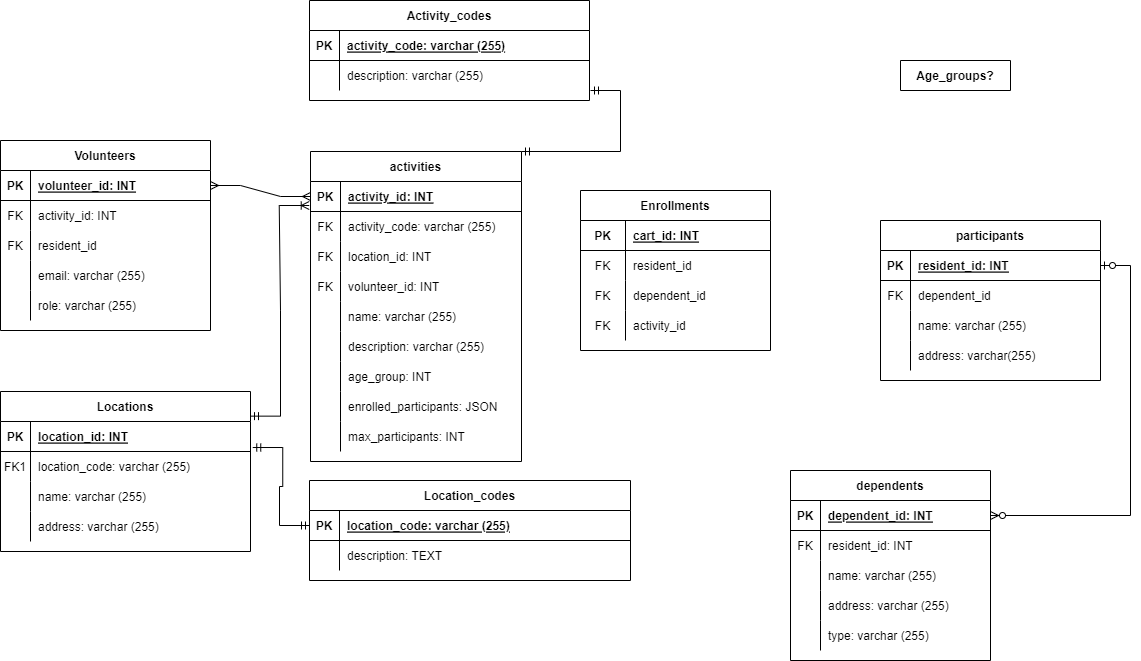
Above: 340.drawio.png in arse0039/340_db (draw.io), before the change. Source tidied: cells renumbered, new cells last; positions are measured from the earlier drawing's top-left corner, leaving out a move shared by most shapes.
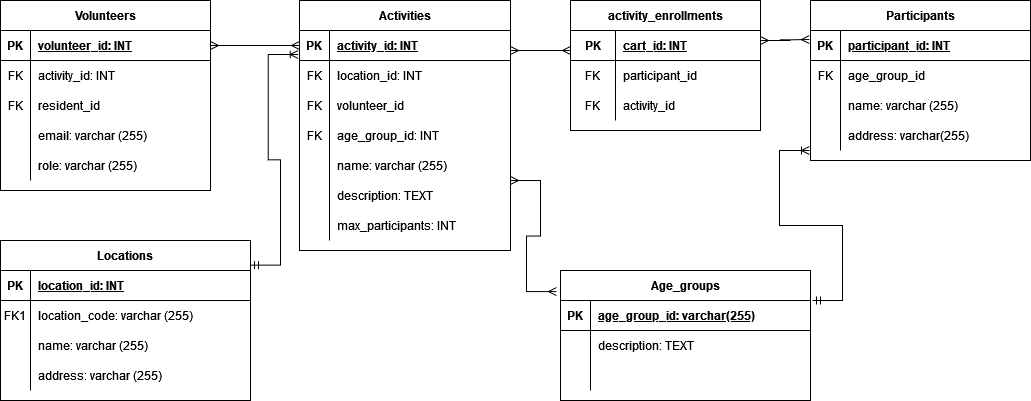
The same file after the commit.

The edit, as a diff of the source:
```diff
@@ -5,3 +5,3 @@
     <mxCell id="2" value="Locations" style="shape=table;startSize=30;rowLines=0;fontStyle=1;align=center;" parent="1" vertex="1">
-      <mxGeometry y="391" width="250" height="160" as="geometry" />
+      <mxGeometry x="10" y="310" width="250" height="160" as="geometry" />
     </mxCell>
@@ -44,3 +44,3 @@
     <mxCell id="15" value="Volunteers" style="shape=table;startSize=30;rowLines=0;fontStyle=1;align=center;" parent="1" vertex="1">
-      <mxGeometry y="140" width="210" height="190" as="geometry" />
+      <mxGeometry x="10" y="70" width="210" height="190" as="geometry" />
     </mxCell>
@@ -91,7 +91,34 @@
     </mxCell>
-    <mxCell id="31" value="Age_groups?" style="shape=table;startSize=30;rowLines=0;fontStyle=1;align=center;" parent="1" vertex="1" collapsed="1">
-      <mxGeometry x="900" y="60" width="110" height="30" as="geometry" />
+    <mxCell id="31" value="Age_groups" style="shape=table;startSize=30;rowLines=0;fontStyle=1;align=center;" parent="1" vertex="1">
+      <mxGeometry x="570" y="340" width="250" height="130" as="geometry" />
     </mxCell>
+    <mxCell id="121" style="shape=partialRectangle;fillColor=none;points=[[0,0.5],[1,0.5]];portConstraint=eastwest;top=0;left=0;right=0;bottom=1;" parent="31" vertex="1">
+      <mxGeometry y="30" width="250" height="30" as="geometry" />
+    </mxCell>
+    <mxCell id="122" value="PK" style="shape=partialRectangle;overflow=hidden;fillColor=none;top=0;left=0;bottom=0;right=0;fontStyle=1;" parent="121" vertex="1">
+      <mxGeometry width="30" height="30" as="geometry" />
+    </mxCell>
+    <mxCell id="123" value="age_group_id: varchar(255)" style="shape=partialRectangle;overflow=hidden;fillColor=none;top=0;left=0;bottom=0;right=0;align=left;spacingLeft=6;fontStyle=5;" parent="121" vertex="1">
+      <mxGeometry x="30" width="220" height="30" as="geometry" />
+    </mxCell>
+    <mxCell id="124" style="shape=partialRectangle;fillColor=none;top=0;left=0;right=0;bottom=0;" parent="31" vertex="1">
+      <mxGeometry y="60" width="250" height="30" as="geometry" />
+    </mxCell>
+    <mxCell id="125" style="shape=partialRectangle;overflow=hidden;fillColor=none;top=0;left=0;bottom=0;right=0;" parent="124" vertex="1">
+      <mxGeometry width="30" height="30" as="geometry" />
+    </mxCell>
+    <mxCell id="119" value="description: TEXT" style="shape=partialRectangle;overflow=hidden;fillColor=none;top=0;left=0;bottom=0;right=0;align=left;spacingLeft=6;" parent="124" vertex="1">
+      <mxGeometry x="30" width="220" height="30" as="geometry" />
+    </mxCell>
+    <mxCell id="126" style="shape=partialRectangle;fillColor=none;top=0;left=0;right=0;bottom=0;" parent="31" vertex="1">
+      <mxGeometry y="90" width="250" height="30" as="geometry" />
+    </mxCell>
+    <mxCell id="127" style="shape=partialRectangle;overflow=hidden;fillColor=none;top=0;left=0;bottom=0;right=0;" parent="126" vertex="1">
+      <mxGeometry width="30" height="30" as="geometry" />
+    </mxCell>
+    <mxCell id="128" style="shape=partialRectangle;overflow=hidden;fillColor=none;top=0;left=0;bottom=0;right=0;align=left;spacingLeft=6;" parent="126" vertex="1">
+      <mxGeometry x="30" width="220" height="30" as="geometry" />
+    </mxCell>
-    <mxCell id="32" value="Enrollments" style="shape=table;startSize=30;rowLines=0;fontStyle=1;align=center;" parent="1" vertex="1">
-      <mxGeometry x="580" y="190" width="190" height="160" as="geometry" />
+    <mxCell id="32" value="activity_enrollments" style="shape=table;startSize=30;rowLines=0;fontStyle=1;align=center;" parent="1" vertex="1">
+      <mxGeometry x="580" y="70" width="190" height="130" as="geometry" />
     </mxCell>
@@ -112,16 +139,7 @@
     </mxCell>
-    <mxCell id="38" value="resident_id" style="shape=partialRectangle;overflow=hidden;fillColor=none;top=0;left=0;bottom=0;right=0;align=left;spacingLeft=6;" parent="36" vertex="1">
+    <mxCell id="38" value="participant_id" style="shape=partialRectangle;overflow=hidden;fillColor=none;top=0;left=0;bottom=0;right=0;align=left;spacingLeft=6;" parent="36" vertex="1">
       <mxGeometry x="45" width="145" height="30" as="geometry" />
     </mxCell>
-    <mxCell id="39" style="shape=partialRectangle;fillColor=none;top=0;left=0;right=0;bottom=0;" parent="32" vertex="1">
-      <mxGeometry y="90" width="190" height="30" as="geometry" />
-    </mxCell>
-    <mxCell id="40" value="FK" style="shape=partialRectangle;overflow=hidden;fillColor=none;top=0;left=0;bottom=0;right=0;" parent="39" vertex="1">
-      <mxGeometry width="45" height="30" as="geometry" />
-    </mxCell>
-    <mxCell id="41" value="dependent_id" style="shape=partialRectangle;overflow=hidden;fillColor=none;top=0;left=0;bottom=0;right=0;align=left;spacingLeft=6;" parent="39" vertex="1">
-      <mxGeometry x="45" width="145" height="30" as="geometry" />
-    </mxCell>
     <mxCell id="42" style="shape=partialRectangle;fillColor=none;top=0;left=0;right=0;bottom=0;" parent="32" vertex="1">
-      <mxGeometry y="120" width="190" height="30" as="geometry" />
+      <mxGeometry y="90" width="190" height="30" as="geometry" />
     </mxCell>
@@ -133,4 +151,4 @@
     </mxCell>
-    <mxCell id="45" value="participants" style="shape=table;startSize=30;rowLines=0;fontStyle=1;align=center;" parent="1" vertex="1">
-      <mxGeometry x="880" y="220" width="220" height="160" as="geometry" />
+    <mxCell id="45" value="Participants" style="shape=table;startSize=30;rowLines=0;fontStyle=1;align=center;" parent="1" vertex="1">
+      <mxGeometry x="820" y="70" width="220" height="160" as="geometry" />
     </mxCell>
@@ -142,3 +160,3 @@
     </mxCell>
-    <mxCell id="48" value="resident_id: INT" style="shape=partialRectangle;fillColor=none;top=0;left=0;bottom=0;right=0;align=left;spacingLeft=6;fontStyle=5;overflow=hidden;" parent="46" vertex="1">
+    <mxCell id="48" value="participant_id: INT" style="shape=partialRectangle;fillColor=none;top=0;left=0;bottom=0;right=0;align=left;spacingLeft=6;fontStyle=5;overflow=hidden;" parent="46" vertex="1">
       <mxGeometry x="30" width="190" height="30" as="geometry" />
@@ -148,8 +166,8 @@
     </mxCell>
-    <mxCell id="50" value="FK" style="shape=partialRectangle;fillColor=none;top=0;left=0;bottom=0;right=0;overflow=hidden;" parent="49" vertex="1">
-      <mxGeometry width="30" height="30" as="geometry" />
-    </mxCell>
-    <mxCell id="51" value="dependent_id" style="shape=partialRectangle;fillColor=none;top=0;left=0;bottom=0;right=0;align=left;spacingLeft=6;overflow=hidden;" parent="49" vertex="1">
-      <mxGeometry x="30" width="190" height="30" as="geometry" />
-    </mxCell>
+    <mxCell id="129" value="FK" style="shape=partialRectangle;fillColor=none;top=0;left=0;bottom=0;right=0;overflow=hidden;" parent="49" vertex="1">
+      <mxGeometry width="30" height="30" as="geometry" />
+    </mxCell>
+    <mxCell id="130" value="age_group_id" style="shape=partialRectangle;fillColor=none;top=0;left=0;bottom=0;right=0;align=left;spacingLeft=6;overflow=hidden;" parent="49" vertex="1">
+      <mxGeometry x="30" width="190" height="30" as="geometry" />
+    </mxCell>
     <mxCell id="52" style="shape=tableRow;horizontal=0;startSize=0;swimlaneHead=0;swimlaneBody=0;fillColor=none;top=0;left=0;right=0;bottom=0;" parent="45" vertex="1">
@@ -172,4 +190,4 @@
     </mxCell>
-    <mxCell id="58" value="activities" style="shape=table;startSize=30;rowLines=0;fontStyle=1;align=center;" parent="1" vertex="1">
-      <mxGeometry x="310" y="151" width="211" height="310" as="geometry" />
+    <mxCell id="58" value="Activities" style="shape=table;startSize=30;rowLines=0;fontStyle=1;align=center;" parent="1" vertex="1">
+      <mxGeometry x="309" y="70" width="211" height="250" as="geometry" />
     </mxCell>
@@ -184,13 +202,4 @@
     </mxCell>
-    <mxCell id="62" style="shape=tableRow;horizontal=0;startSize=0;swimlaneHead=0;swimlaneBody=0;fillColor=none;top=0;left=0;right=0;bottom=0;" parent="58" vertex="1">
-      <mxGeometry y="60" width="211" height="30" as="geometry" />
-    </mxCell>
-    <mxCell id="63" value="FK" style="shape=partialRectangle;fillColor=none;top=0;left=0;bottom=0;right=0;overflow=hidden;" parent="62" vertex="1">
-      <mxGeometry width="30" height="30" as="geometry" />
-    </mxCell>
-    <mxCell id="64" value="activity_code: varchar (255)" style="shape=partialRectangle;fillColor=none;top=0;left=0;bottom=0;right=0;align=left;spacingLeft=6;overflow=hidden;" parent="62" vertex="1">
-      <mxGeometry x="30" width="181" height="30" as="geometry" />
-    </mxCell>
     <mxCell id="65" style="shape=tableRow;horizontal=0;startSize=0;swimlaneHead=0;swimlaneBody=0;fillColor=none;top=0;left=0;right=0;bottom=0;" parent="58" vertex="1">
-      <mxGeometry y="90" width="211" height="30" as="geometry" />
+      <mxGeometry y="60" width="211" height="30" as="geometry" />
     </mxCell>
@@ -203,3 +212,3 @@
     <mxCell id="68" style="shape=tableRow;horizontal=0;startSize=0;swimlaneHead=0;swimlaneBody=0;fillColor=none;top=0;left=0;right=0;bottom=0;" parent="58" vertex="1">
-      <mxGeometry y="120" width="211" height="30" as="geometry" />
+      <mxGeometry y="90" width="211" height="30" as="geometry" />
     </mxCell>
@@ -208,5 +217,14 @@
     </mxCell>
-    <mxCell id="70" value="volunteer_id: INT" style="shape=partialRectangle;fillColor=none;top=0;left=0;bottom=0;right=0;align=left;spacingLeft=6;overflow=hidden;" parent="68" vertex="1">
+    <mxCell id="70" value="volunteer_id" style="shape=partialRectangle;fillColor=none;top=0;left=0;bottom=0;right=0;align=left;spacingLeft=6;overflow=hidden;" parent="68" vertex="1">
       <mxGeometry x="30" width="181" height="30" as="geometry" />
     </mxCell>
+    <mxCell id="77" style="shape=tableRow;horizontal=0;startSize=0;swimlaneHead=0;swimlaneBody=0;fillColor=none;top=0;left=0;right=0;bottom=0;" parent="58" vertex="1">
+      <mxGeometry y="120" width="211" height="30" as="geometry" />
+    </mxCell>
+    <mxCell id="78" value="FK" style="shape=partialRectangle;fillColor=none;top=0;left=0;bottom=0;right=0;overflow=hidden;" parent="77" vertex="1">
+      <mxGeometry width="30" height="30" as="geometry" />
+    </mxCell>
+    <mxCell id="79" value="age_group_id: INT" style="shape=partialRectangle;fillColor=none;top=0;left=0;bottom=0;right=0;align=left;spacingLeft=6;overflow=hidden;" parent="77" vertex="1">
+      <mxGeometry x="30" width="181" height="30" as="geometry" />
+    </mxCell>
     <mxCell id="71" style="shape=tableRow;horizontal=0;startSize=0;swimlaneHead=0;swimlaneBody=0;fillColor=none;top=0;left=0;right=0;bottom=0;" parent="58" vertex="1">
@@ -226,25 +244,7 @@
     </mxCell>
-    <mxCell id="76" value="description: varchar (255)" style="shape=partialRectangle;fillColor=none;top=0;left=0;bottom=0;right=0;align=left;spacingLeft=6;overflow=hidden;" parent="74" vertex="1">
+    <mxCell id="76" value="description: TEXT" style="shape=partialRectangle;fillColor=none;top=0;left=0;bottom=0;right=0;align=left;spacingLeft=6;overflow=hidden;" parent="74" vertex="1">
       <mxGeometry x="30" width="181" height="30" as="geometry" />
     </mxCell>
-    <mxCell id="77" style="shape=tableRow;horizontal=0;startSize=0;swimlaneHead=0;swimlaneBody=0;fillColor=none;top=0;left=0;right=0;bottom=0;" parent="58" vertex="1">
-      <mxGeometry y="210" width="211" height="30" as="geometry" />
-    </mxCell>
-    <mxCell id="78" style="shape=partialRectangle;fillColor=none;top=0;left=0;bottom=0;right=0;overflow=hidden;" parent="77" vertex="1">
-      <mxGeometry width="30" height="30" as="geometry" />
-    </mxCell>
-    <mxCell id="79" value="age_group: INT" style="shape=partialRectangle;fillColor=none;top=0;left=0;bottom=0;right=0;align=left;spacingLeft=6;overflow=hidden;" parent="77" vertex="1">
-      <mxGeometry x="30" width="181" height="30" as="geometry" />
-    </mxCell>
-    <mxCell id="80" style="shape=tableRow;horizontal=0;startSize=0;swimlaneHead=0;swimlaneBody=0;fillColor=none;top=0;left=0;right=0;bottom=0;" parent="58" vertex="1">
-      <mxGeometry y="240" width="211" height="30" as="geometry" />
-    </mxCell>
-    <mxCell id="81" style="shape=partialRectangle;fillColor=none;top=0;left=0;bottom=0;right=0;overflow=hidden;" parent="80" vertex="1">
-      <mxGeometry width="30" height="30" as="geometry" />
-    </mxCell>
-    <mxCell id="82" value="enrolled_participants: JSON" style="shape=partialRectangle;fillColor=none;top=0;left=0;bottom=0;right=0;align=left;spacingLeft=6;overflow=hidden;" parent="80" vertex="1">
-      <mxGeometry x="30" width="181" height="30" as="geometry" />
-    </mxCell>
     <mxCell id="83" style="shape=tableRow;horizontal=0;startSize=0;swimlaneHead=0;swimlaneBody=0;fillColor=none;top=0;left=0;right=0;bottom=0;" parent="58" vertex="1">
-      <mxGeometry y="270" width="211" height="30" as="geometry" />
+      <mxGeometry y="210" width="211" height="30" as="geometry" />
     </mxCell>
@@ -259,53 +259,2 @@
     </mxCell>
-    <mxCell id="87" value="dependents" style="shape=table;startSize=30;rowLines=0;fontStyle=1;align=center;" parent="1" vertex="1">
-      <mxGeometry x="790" y="470" width="200" height="190" as="geometry" />
-    </mxCell>
-    <mxCell id="88" style="shape=tableRow;horizontal=0;startSize=0;swimlaneHead=0;swimlaneBody=0;fillColor=none;points=[[0,0.5],[1,0.5]];portConstraint=eastwest;top=0;left=0;right=0;bottom=1;" parent="87" vertex="1">
-      <mxGeometry y="30" width="200" height="30" as="geometry" />
-    </mxCell>
-    <mxCell id="89" value="PK" style="shape=partialRectangle;fillColor=none;top=0;left=0;bottom=0;right=0;fontStyle=1;overflow=hidden;" parent="88" vertex="1">
-      <mxGeometry width="30" height="30" as="geometry" />
-    </mxCell>
-    <mxCell id="90" value="dependent_id: INT" style="shape=partialRectangle;fillColor=none;top=0;left=0;bottom=0;right=0;align=left;spacingLeft=6;fontStyle=5;overflow=hidden;" parent="88" vertex="1">
-      <mxGeometry x="30" width="170" height="30" as="geometry" />
-    </mxCell>
-    <mxCell id="91" style="shape=tableRow;horizontal=0;startSize=0;swimlaneHead=0;swimlaneBody=0;fillColor=none;top=0;left=0;right=0;bottom=0;" parent="87" vertex="1">
-      <mxGeometry y="60" width="200" height="30" as="geometry" />
-    </mxCell>
-    <mxCell id="92" value="FK" style="shape=partialRectangle;fillColor=none;top=0;left=0;bottom=0;right=0;overflow=hidden;" parent="91" vertex="1">
-      <mxGeometry width="30" height="30" as="geometry" />
-    </mxCell>
-    <mxCell id="93" value="resident_id: INT" style="shape=partialRectangle;fillColor=none;top=0;left=0;bottom=0;right=0;align=left;spacingLeft=6;overflow=hidden;" parent="91" vertex="1">
-      <mxGeometry x="30" width="170" height="30" as="geometry" />
-    </mxCell>
-    <mxCell id="94" style="shape=tableRow;horizontal=0;startSize=0;swimlaneHead=0;swimlaneBody=0;fillColor=none;top=0;left=0;right=0;bottom=0;" parent="87" vertex="1">
-      <mxGeometry y="90" width="200" height="30" as="geometry" />
-    </mxCell>
-    <mxCell id="95" style="shape=partialRectangle;fillColor=none;top=0;left=0;bottom=0;right=0;overflow=hidden;" parent="94" vertex="1">
-      <mxGeometry width="30" height="30" as="geometry" />
-    </mxCell>
-    <mxCell id="96" value="name: varchar (255)" style="shape=partialRectangle;fillColor=none;top=0;left=0;bottom=0;right=0;align=left;spacingLeft=6;overflow=hidden;" parent="94" vertex="1">
-      <mxGeometry x="30" width="170" height="30" as="geometry" />
-    </mxCell>
-    <mxCell id="97" style="shape=tableRow;horizontal=0;startSize=0;swimlaneHead=0;swimlaneBody=0;fillColor=none;top=0;left=0;right=0;bottom=0;" parent="87" vertex="1">
-      <mxGeometry y="120" width="200" height="30" as="geometry" />
-    </mxCell>
-    <mxCell id="98" style="shape=partialRectangle;fillColor=none;top=0;left=0;bottom=0;right=0;overflow=hidden;" parent="97" vertex="1">
-      <mxGeometry width="30" height="30" as="geometry" />
-    </mxCell>
-    <mxCell id="99" value="address: varchar (255)" style="shape=partialRectangle;fillColor=none;top=0;left=0;bottom=0;right=0;align=left;spacingLeft=6;overflow=hidden;" parent="97" vertex="1">
-      <mxGeometry x="30" width="170" height="30" as="geometry" />
-    </mxCell>
-    <mxCell id="100" style="shape=tableRow;horizontal=0;startSize=0;swimlaneHead=0;swimlaneBody=0;fillColor=none;top=0;left=0;right=0;bottom=0;" parent="87" vertex="1">
-      <mxGeometry y="150" width="200" height="30" as="geometry" />
-    </mxCell>
-    <mxCell id="101" style="shape=partialRectangle;fillColor=none;top=0;left=0;bottom=0;right=0;overflow=hidden;" parent="100" vertex="1">
-      <mxGeometry width="30" height="30" as="geometry" />
-    </mxCell>
-    <mxCell id="102" value="type: varchar (255)" style="shape=partialRectangle;fillColor=none;top=0;left=0;bottom=0;right=0;align=left;spacingLeft=6;overflow=hidden;" parent="100" vertex="1">
-      <mxGeometry x="30" width="170" height="30" as="geometry" />
-    </mxCell>
-    <mxCell id="103" style="edgeStyle=entityRelationEdgeStyle;fontSize=12;html=1;endArrow=ERzeroToMany;startArrow=ERzeroToOne;rounded=0;entryX=1;entryY=0.5;entryDx=0;entryDy=0;" parent="1" edge="1" source="46" target="88">
-      <mxGeometry relative="1" as="geometry" />
-    </mxCell>
     <mxCell id="104" style="edgeStyle=entityRelationEdgeStyle;fontSize=12;html=1;endArrow=ERoneToMany;startArrow=ERmandOne;rounded=0;exitX=1;exitY=0.154;exitDx=0;exitDy=0;exitPerimeter=0;entryX=-0.006;entryY=0.8;entryDx=0;entryDy=0;entryPerimeter=0;" parent="1" edge="1" source="2" target="59">
@@ -313,52 +262,23 @@
     </mxCell>
-    <mxCell id="105" value="Activity_codes" style="shape=table;startSize=30;rowLines=0;fontStyle=1;align=center;" parent="1" vertex="1">
-      <mxGeometry x="309" width="280" height="100" as="geometry" />
-    </mxCell>
-    <mxCell id="106" style="shape=tableRow;horizontal=0;startSize=0;swimlaneHead=0;swimlaneBody=0;fillColor=none;top=0;left=0;right=0;bottom=1;" parent="105" vertex="1">
-      <mxGeometry y="30" width="280" height="30" as="geometry" />
-    </mxCell>
-    <mxCell id="107" value="PK" style="shape=partialRectangle;fillColor=none;top=0;left=0;bottom=0;right=0;fontStyle=1;overflow=hidden;" parent="106" vertex="1">
-      <mxGeometry width="30" height="30" as="geometry" />
-    </mxCell>
-    <mxCell id="108" value="activity_code: varchar (255)" style="shape=partialRectangle;fillColor=none;top=0;left=0;bottom=0;right=0;align=left;spacingLeft=6;fontStyle=5;overflow=hidden;" parent="106" vertex="1">
-      <mxGeometry x="30" width="250" height="30" as="geometry" />
-    </mxCell>
-    <mxCell id="109" style="shape=tableRow;horizontal=0;startSize=0;swimlaneHead=0;swimlaneBody=0;fillColor=none;top=0;left=0;right=0;bottom=0;" parent="105" vertex="1">
-      <mxGeometry y="60" width="280" height="30" as="geometry" />
-    </mxCell>
-    <mxCell id="110" style="shape=partialRectangle;fillColor=none;top=0;left=0;bottom=0;right=0;overflow=hidden;" parent="109" vertex="1">
-      <mxGeometry width="30" height="30" as="geometry" />
-    </mxCell>
-    <mxCell id="111" value="description: varchar (255)" style="shape=partialRectangle;fillColor=none;top=0;left=0;bottom=0;right=0;align=left;spacingLeft=6;overflow=hidden;" parent="109" vertex="1">
-      <mxGeometry x="30" width="250" height="30" as="geometry" />
-    </mxCell>
-    <mxCell id="112" style="edgeStyle=entityRelationEdgeStyle;fontSize=12;html=1;endArrow=ERmandOne;startArrow=ERmandOne;rounded=0;entryX=1;entryY=0;entryDx=0;entryDy=0;" parent="1" edge="1" target="58">
-      <mxGeometry relative="1" as="geometry">
-        <mxPoint x="590" y="90" as="sourcePoint" />
-      </mxGeometry>
-    </mxCell>
-    <mxCell id="113" value="Location_codes" style="shape=table;startSize=30;rowLines=0;fontStyle=1;align=center;" parent="1" vertex="1">
-      <mxGeometry x="309" y="480" width="321" height="100" as="geometry" />
-    </mxCell>
-    <mxCell id="114" style="shape=tableRow;horizontal=0;startSize=0;swimlaneHead=0;swimlaneBody=0;fillColor=none;points=[[0,0.5],[1,0.5]];portConstraint=eastwest;top=0;left=0;right=0;bottom=1;" parent="113" vertex="1">
-      <mxGeometry y="30" width="321" height="30" as="geometry" />
-    </mxCell>
-    <mxCell id="115" value="PK" style="shape=partialRectangle;fillColor=none;top=0;left=0;bottom=0;right=0;fontStyle=1;overflow=hidden;" parent="114" vertex="1">
-      <mxGeometry width="30" height="30" as="geometry" />
-    </mxCell>
-    <mxCell id="116" value="location_code: varchar (255)" style="shape=partialRectangle;fillColor=none;top=0;left=0;bottom=0;right=0;align=left;spacingLeft=6;fontStyle=5;overflow=hidden;" parent="114" vertex="1">
-      <mxGeometry x="30" width="291" height="30" as="geometry" />
-    </mxCell>
-    <mxCell id="117" style="shape=tableRow;horizontal=0;startSize=0;swimlaneHead=0;swimlaneBody=0;fillColor=none;top=0;left=0;right=0;bottom=0;" parent="113" vertex="1">
-      <mxGeometry y="60" width="321" height="30" as="geometry" />
-    </mxCell>
-    <mxCell id="118" style="shape=partialRectangle;fillColor=none;top=0;left=0;bottom=0;right=0;overflow=hidden;" parent="117" vertex="1">
-      <mxGeometry width="30" height="30" as="geometry" />
-    </mxCell>
-    <mxCell id="119" value="description: TEXT" style="shape=partialRectangle;fillColor=none;top=0;left=0;bottom=0;right=0;align=left;spacingLeft=6;overflow=hidden;" parent="117" vertex="1">
-      <mxGeometry x="30" width="291" height="30" as="geometry" />
-    </mxCell>
-    <mxCell id="120" style="edgeStyle=entityRelationEdgeStyle;fontSize=12;html=1;endArrow=ERmandOne;startArrow=ERmandOne;rounded=0;exitX=1.009;exitY=0.867;exitDx=0;exitDy=0;exitPerimeter=0;entryX=0;entryY=0.5;entryDx=0;entryDy=0;" parent="1" edge="1" source="3" target="114">
-      <mxGeometry relative="1" as="geometry" />
-    </mxCell>
+    <mxCell id="131" style="edgeStyle=entityRelationEdgeStyle;fontSize=12;html=1;endArrow=ERmany;startArrow=ERmany;rounded=0;" parent="1" edge="1">
+      <mxGeometry relative="1" as="geometry">
+        <mxPoint x="520" y="120" as="sourcePoint" />
+        <mxPoint x="580" y="120" as="targetPoint" />
+      </mxGeometry>
+    </mxCell>
+    <mxCell id="132" style="edgeStyle=entityRelationEdgeStyle;fontSize=12;html=1;endArrow=ERoneToMany;startArrow=ERmandOne;rounded=0;exitX=1.008;exitY=0;exitDx=0;exitDy=0;exitPerimeter=0;" parent="1" edge="1" source="121">
+      <mxGeometry relative="1" as="geometry">
+        <mxPoint x="819" y="220" as="targetPoint" />
+      </mxGeometry>
+    </mxCell>
+    <mxCell id="133" style="edgeStyle=entityRelationEdgeStyle;fontSize=12;html=1;endArrow=ERmany;startArrow=ERmany;rounded=0;entryX=-0.016;entryY=0.162;entryDx=0;entryDy=0;entryPerimeter=0;" parent="1" edge="1" target="31">
+      <mxGeometry relative="1" as="geometry">
+        <mxPoint x="520" y="250" as="sourcePoint" />
+      </mxGeometry>
+    </mxCell>
+    <mxCell id="134" style="edgeStyle=entityRelationEdgeStyle;fontSize=12;html=1;endArrow=ERmany;startArrow=ERmany;rounded=0;entryX=-0.005;entryY=0.3;entryDx=0;entryDy=0;entryPerimeter=0;" parent="1" edge="1" target="46">
+      <mxGeometry relative="1" as="geometry">
+        <mxPoint x="770" y="110" as="sourcePoint" />
+      </mxGeometry>
+    </mxCell>
   </root>
```
